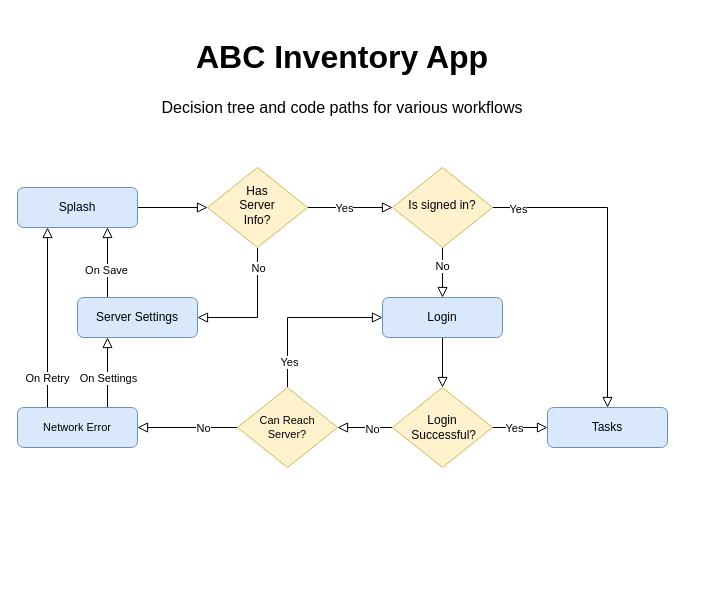
Above: diagrams/abc_inventory_app.drawio in abcsoftware/abc-docs (draw.io), before the change. Source tidied: cells renumbered, new cells numbered last; positions are measured from the earlier drawing's top-left corner, leaving out a move shared by most shapes. Both pictures are drawn from the tidied source at 100%, with x=0, y=0 at pixel (17, 27).
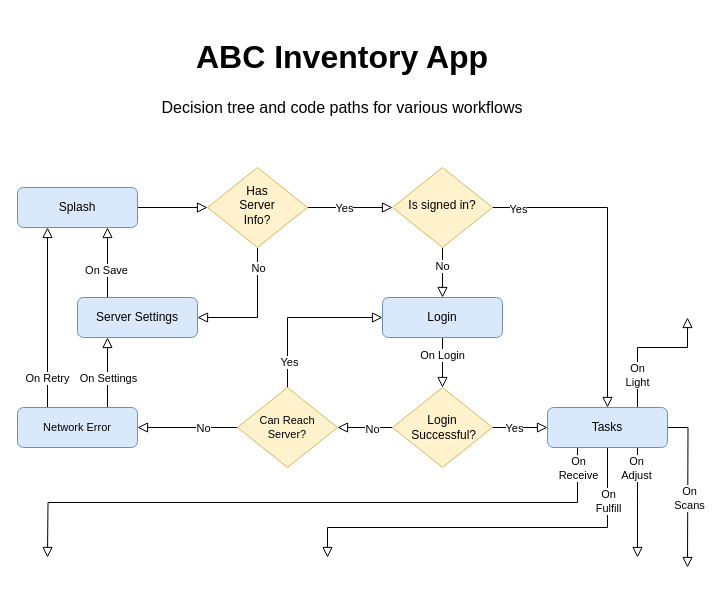
After the change.

Unchanged cells that the change refers to:
```xml
<mxCell id="17" style="edgeStyle=orthogonalEdgeStyle;shape=connector;rounded=0;jettySize=auto;html=1;exitX=0.5;exitY=1;exitDx=0;exitDy=0;shadow=0;labelBackgroundColor=none;strokeColor=default;strokeWidth=1;fontFamily=Helvetica;fontSize=11;fontColor=default;endArrow=block;endFill=0;endSize=8;" parent="1" edge="1" source="18" target="24">
  <mxGeometry relative="1" as="geometry" />
</mxCell>
<mxCell id="19" value="Tasks" style="rounded=1;whiteSpace=wrap;html=1;fontSize=12;glass=0;strokeWidth=1;shadow=0;fillColor=#dae8fc;strokeColor=#6c8ebf;" parent="1" vertex="1">
  <mxGeometry x="530" y="380" width="120" height="40" as="geometry" />
</mxCell>
```

The edit, as a diff of the source:
```diff
@@
+    <mxCell id="36" value="On Login" style="edgeLabel;html=1;align=center;verticalAlign=middle;fontSize=11;fontFamily=Helvetica;fontColor=default;" parent="17" vertex="1">
+      <mxGeometry x="-0.31" y="-1" relative="1" as="geometry" />
+    </mxCell>
@@
+    <mxCell id="37" style="edgeStyle=orthogonalEdgeStyle;shape=connector;rounded=0;jettySize=auto;html=1;exitX=0.25;exitY=1;exitDx=0;exitDy=0;shadow=0;labelBackgroundColor=none;strokeColor=default;strokeWidth=1;fontFamily=Helvetica;fontSize=11;fontColor=default;endArrow=block;endFill=0;endSize=8;" parent="1" edge="1" source="19">
+      <mxGeometry relative="1" as="geometry">
+        <mxPoint x="30" y="530" as="targetPoint" />
+      </mxGeometry>
+    </mxCell>
+    <mxCell id="38" value="On&lt;br&gt;Receive" style="edgeLabel;html=1;align=center;verticalAlign=middle;fontSize=11;fontFamily=Helvetica;fontColor=default;" parent="37" vertex="1">
+      <mxGeometry x="-0.95" relative="1" as="geometry">
+        <mxPoint y="4" as="offset" />
+      </mxGeometry>
+    </mxCell>
+    <mxCell id="39" style="edgeStyle=orthogonalEdgeStyle;shape=connector;rounded=0;jettySize=auto;html=1;exitX=0.75;exitY=1;exitDx=0;exitDy=0;shadow=0;labelBackgroundColor=none;strokeColor=default;strokeWidth=1;fontFamily=Helvetica;fontSize=11;fontColor=default;endArrow=block;endFill=0;endSize=8;" parent="1" edge="1" source="19">
+      <mxGeometry relative="1" as="geometry">
+        <mxPoint x="620" y="530" as="targetPoint" />
+      </mxGeometry>
+    </mxCell>
+    <mxCell id="40" value="On&lt;br&gt;Adjust" style="edgeLabel;html=1;align=center;verticalAlign=middle;fontSize=11;fontFamily=Helvetica;fontColor=default;" parent="39" vertex="1">
+      <mxGeometry x="0.34" y="-2" relative="1" as="geometry">
+        <mxPoint y="-53" as="offset" />
+      </mxGeometry>
+    </mxCell>
+    <mxCell id="41" style="edgeStyle=orthogonalEdgeStyle;shape=connector;rounded=0;jettySize=auto;html=1;exitX=0.5;exitY=1;exitDx=0;exitDy=0;shadow=0;labelBackgroundColor=none;strokeColor=default;strokeWidth=1;fontFamily=Helvetica;fontSize=11;fontColor=default;endArrow=block;endFill=0;endSize=8;" parent="1" edge="1" source="19">
+      <mxGeometry relative="1" as="geometry">
+        <mxPoint x="310" y="530" as="targetPoint" />
+        <Array as="points">
+          <mxPoint x="590" y="500" />
+          <mxPoint x="310" y="500" />
+        </Array>
+      </mxGeometry>
+    </mxCell>
+    <mxCell id="42" value="On&lt;br&gt;Fulfill" style="edgeLabel;html=1;align=center;verticalAlign=middle;fontSize=11;fontFamily=Helvetica;fontColor=default;" parent="41" vertex="1">
+      <mxGeometry x="-0.73" relative="1" as="geometry" />
+    </mxCell>
+    <mxCell id="43" style="edgeStyle=orthogonalEdgeStyle;shape=connector;rounded=0;jettySize=auto;html=1;exitX=1;exitY=0.5;exitDx=0;exitDy=0;shadow=0;labelBackgroundColor=none;strokeColor=default;strokeWidth=1;fontFamily=Helvetica;fontSize=11;fontColor=default;endArrow=block;endFill=0;endSize=8;" parent="1" edge="1" source="19">
+      <mxGeometry relative="1" as="geometry">
+        <mxPoint x="670" y="540" as="targetPoint" />
+      </mxGeometry>
+    </mxCell>
+    <mxCell id="44" value="On&lt;br&gt;Scans" style="edgeLabel;html=1;align=center;verticalAlign=middle;fontSize=11;fontFamily=Helvetica;fontColor=default;" parent="43" vertex="1">
+      <mxGeometry x="0.39" y="1" relative="1" as="geometry">
+        <mxPoint y="-21" as="offset" />
+      </mxGeometry>
+    </mxCell>
+    <mxCell id="45" style="edgeStyle=orthogonalEdgeStyle;shape=connector;rounded=0;jettySize=auto;html=1;exitX=0.75;exitY=0;exitDx=0;exitDy=0;shadow=0;labelBackgroundColor=none;strokeColor=default;strokeWidth=1;fontFamily=Helvetica;fontSize=11;fontColor=default;endArrow=block;endFill=0;endSize=8;" parent="1" edge="1" source="19">
+      <mxGeometry relative="1" as="geometry">
+        <mxPoint x="670" y="290" as="targetPoint" />
+        <Array as="points">
+          <mxPoint x="620" y="320" />
+          <mxPoint x="670" y="320" />
+        </Array>
+      </mxGeometry>
+    </mxCell>
+    <mxCell id="46" value="On&lt;br&gt;Light" style="edgeLabel;html=1;align=center;verticalAlign=middle;fontSize=11;fontFamily=Helvetica;fontColor=default;" parent="45" vertex="1">
+      <mxGeometry x="-0.53" y="1" relative="1" as="geometry" />
+    </mxCell>
```
